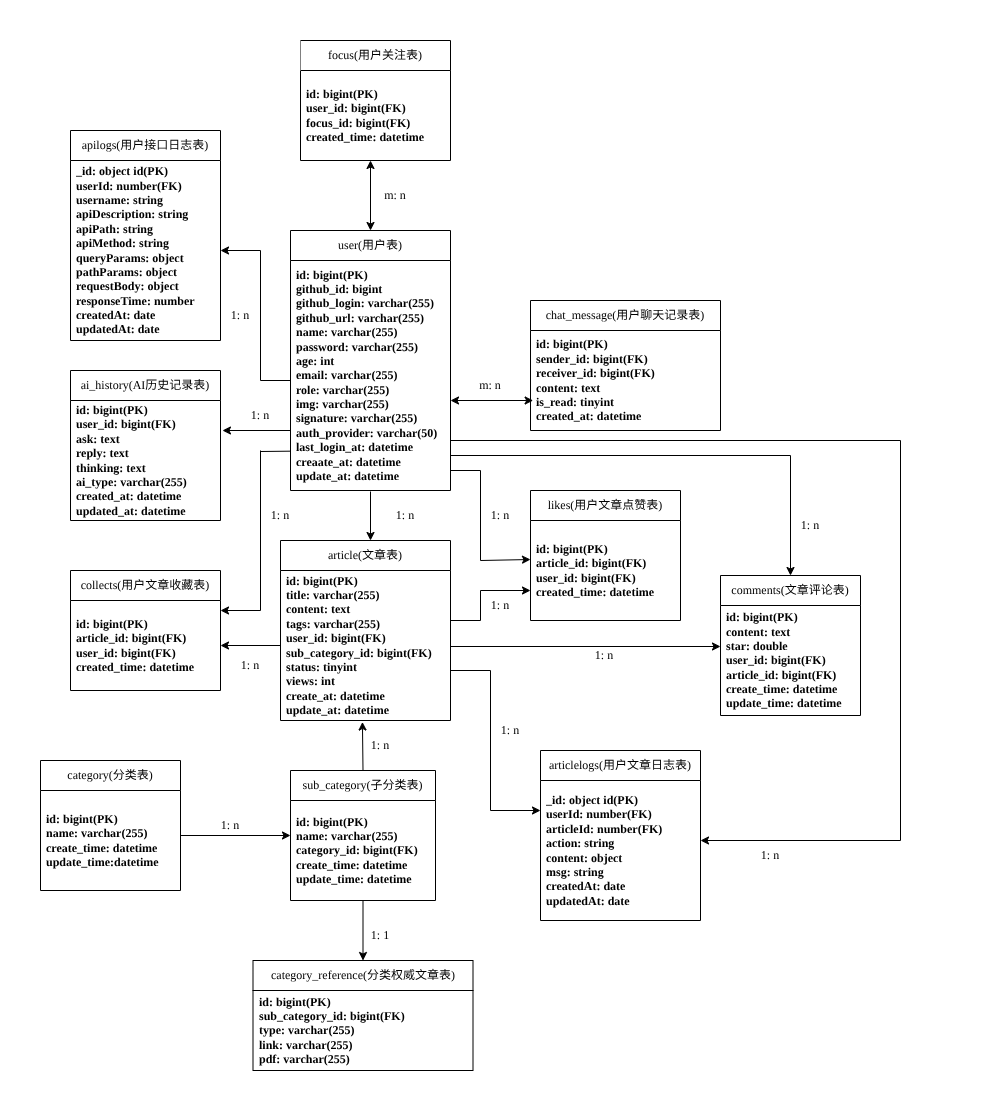
Before: static/pic/er.drawio.png, a diagram exported from draw.io (hongch666/mix-web-demo). Source tidied: cells renumbered, new cells last; positions are measured from the earlier drawing's top-left corner, leaving out a move shared by most shapes.
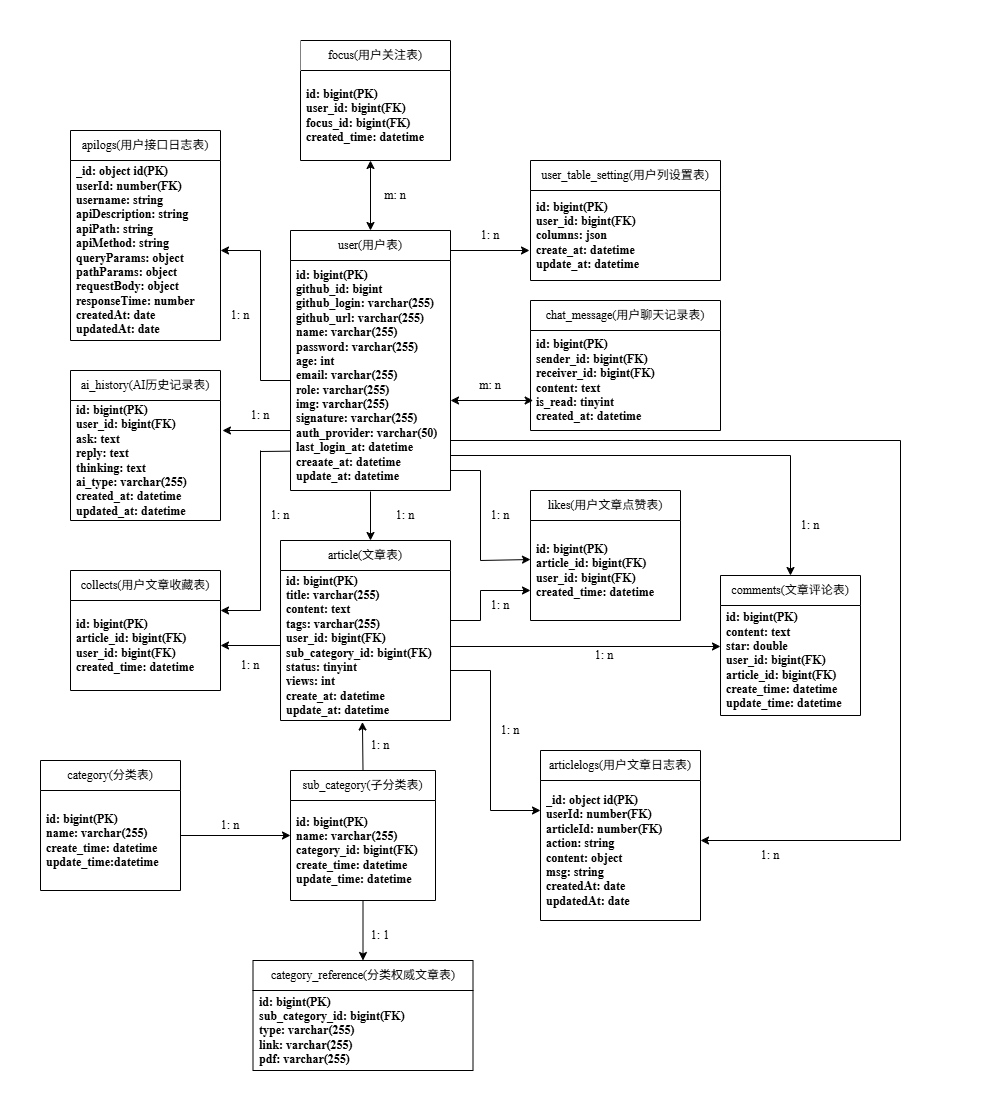
The same diagram one commit later.

The edit, as a diff of the source:
```diff
@@ -302,5 +302,20 @@
     <mxCell id="77" style="rounded=0;whiteSpace=wrap;html=1;textOpacity=0;labelBorderColor=light-dark(#000000,#FFFFFF);fontColor=none;noLabel=1;strokeColor=none;fontFamily=Times New Roman;fontStyle=1;" parent="1" vertex="1">
       <mxGeometry x="375" width="10" height="30" as="geometry" />
     </mxCell>
+    <mxCell id="78" value="user_table_setting&lt;span style=&quot;&quot;&gt;(用户列设置表)&lt;/span&gt;" style="swimlane;fontStyle=0;horizontal=1;startSize=30;whiteSpace=wrap;html=1;fontColor=default;fontFamily=Times New Roman;" parent="1" vertex="1">
+      <mxGeometry x="530" y="160" width="190" height="120" as="geometry" />
+    </mxCell>
+    <mxCell id="79" value="&lt;span style=&quot;scrollbar-color: rgb(75, 75, 75) rgb(27, 29, 30);&quot;&gt;&lt;b&gt;id: bigint(PK)&lt;/b&gt;&lt;/span&gt;&lt;div style=&quot;scrollbar-color: rgb(75, 75, 75) rgb(27, 29, 30);&quot;&gt;&lt;span style=&quot;scrollbar-color: rgb(75, 75, 75) rgb(27, 29, 30);&quot;&gt;&lt;b&gt;user_id:&amp;nbsp;&lt;/b&gt;&lt;/span&gt;&lt;b style=&quot;background-color: transparent; scrollbar-color: rgb(75, 75, 75) rgb(27, 29, 30);&quot;&gt;bigint(FK)&lt;/b&gt;&lt;/div&gt;&lt;div style=&quot;scrollbar-color: rgb(75, 75, 75) rgb(27, 29, 30);&quot;&gt;&lt;span style=&quot;scrollbar-color: rgb(75, 75, 75) rgb(27, 29, 30);&quot;&gt;&lt;b&gt;columns:&amp;nbsp;&lt;/b&gt;&lt;/span&gt;&lt;b style=&quot;background-color: transparent; scrollbar-color: rgb(75, 75, 75) rgb(27, 29, 30);&quot;&gt;json&lt;/b&gt;&lt;/div&gt;&lt;div style=&quot;scrollbar-color: rgb(75, 75, 75) rgb(27, 29, 30);&quot;&gt;&lt;span style=&quot;scrollbar-color: rgb(75, 75, 75) rgb(27, 29, 30);&quot;&gt;&lt;b&gt;create_at: datetime&lt;/b&gt;&lt;/span&gt;&lt;/div&gt;&lt;div style=&quot;scrollbar-color: rgb(75, 75, 75) rgb(27, 29, 30);&quot;&gt;&lt;span style=&quot;scrollbar-color: rgb(75, 75, 75) rgb(27, 29, 30);&quot;&gt;&lt;b style=&quot;scrollbar-color: rgb(75, 75, 75) rgb(27, 29, 30);&quot;&gt;update_at: datetime&lt;/b&gt;&lt;b&gt;&lt;/b&gt;&lt;/span&gt;&lt;/div&gt;" style="text;strokeColor=none;fillColor=none;align=left;verticalAlign=middle;spacingLeft=4;spacingRight=4;overflow=hidden;whiteSpace=wrap;html=1;fontColor=light-dark(#000000,#000000);fontFamily=Times New Roman;" parent="78" vertex="1">
+      <mxGeometry y="30" width="190" height="90" as="geometry" />
+    </mxCell>
+    <mxCell id="80" style="endArrow=classic;html=1;fontFamily=Times New Roman;" parent="1" edge="1">
+      <mxGeometry relative="1" as="geometry">
+        <mxPoint x="450" y="250" as="sourcePoint" />
+        <mxPoint x="529" y="250" as="targetPoint" />
+      </mxGeometry>
+    </mxCell>
+    <mxCell id="81" value="1: n" style="text;html=1;align=center;verticalAlign=middle;whiteSpace=wrap;rounded=0;fontFamily=Times New Roman;" parent="1" vertex="1">
+      <mxGeometry x="460" y="220" width="60" height="30" as="geometry" />
+    </mxCell>
   </root>
 </mxGraphModel>
```
